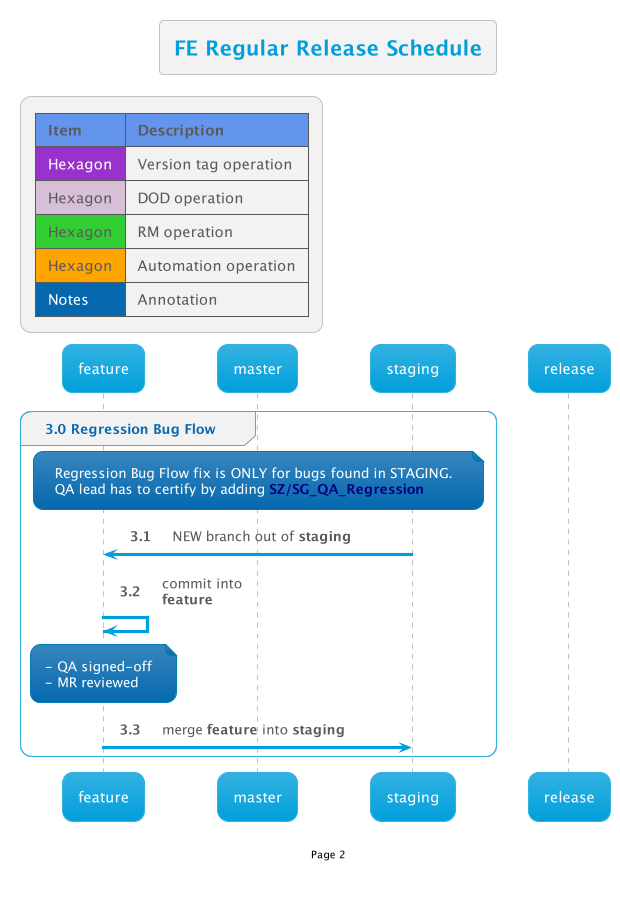
This is out/Confluence/SOPWebFE/MergeFlow/2/2.png from thetomitomo/diagrams, a PlantUML export, as it was before one commit. Its diagram source:
```plantuml
@startuml
!$AutonumStart = 3
!include __init__

title FE Regular Release Schedule

group 3.0 Regression Bug Flow
    note over feature, staging : Regression Bug Flow fix is ONLY for bugs found in STAGING.\nQA lead has to certify by adding <b><color #Navy>SZ/SG_QA_Regression</color></b>
    staging -> feature: NEW branch out of <b>staging</b>
    feature -> feature: commit into\n<b>feature</b>
    note over feature: - QA signed-off\n- MR reviewed
    feature -> staging: merge <b>feature</b> into <b>staging</b>
end
@enduml
```
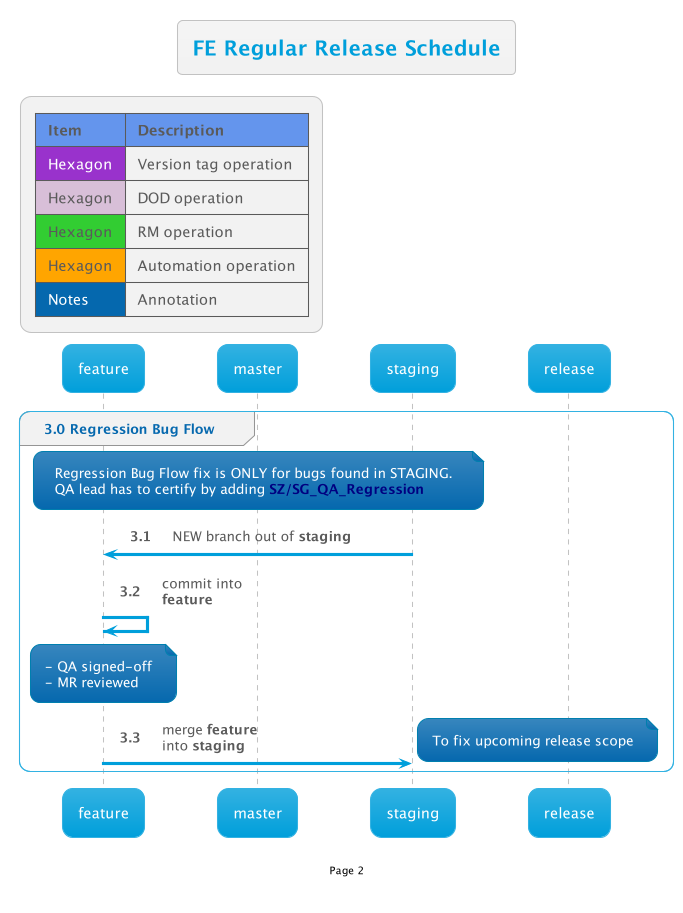
After the commit.

The edit, as a diff of the source:
```diff
@@ -7,8 +7,13 @@
 group 3.0 Regression Bug Flow
     note over feature, staging : Regression Bug Flow fix is ONLY for bugs found in STAGING.\nQA lead has to certify by adding <b><color #Navy>SZ/SG_QA_Regression</color></b>
     staging -> feature: NEW branch out of <b>staging</b>
+
     feature -> feature: commit into\n<b>feature</b>
     note over feature: - QA signed-off\n- MR reviewed
-    feature -> staging: merge <b>feature</b> into <b>staging</b>
+
+    feature -> staging: merge <b>feature</b>\ninto <b>staging</b>
+    note right
+        To fix upcoming release scope
+    end note
 end
 @enduml
```
